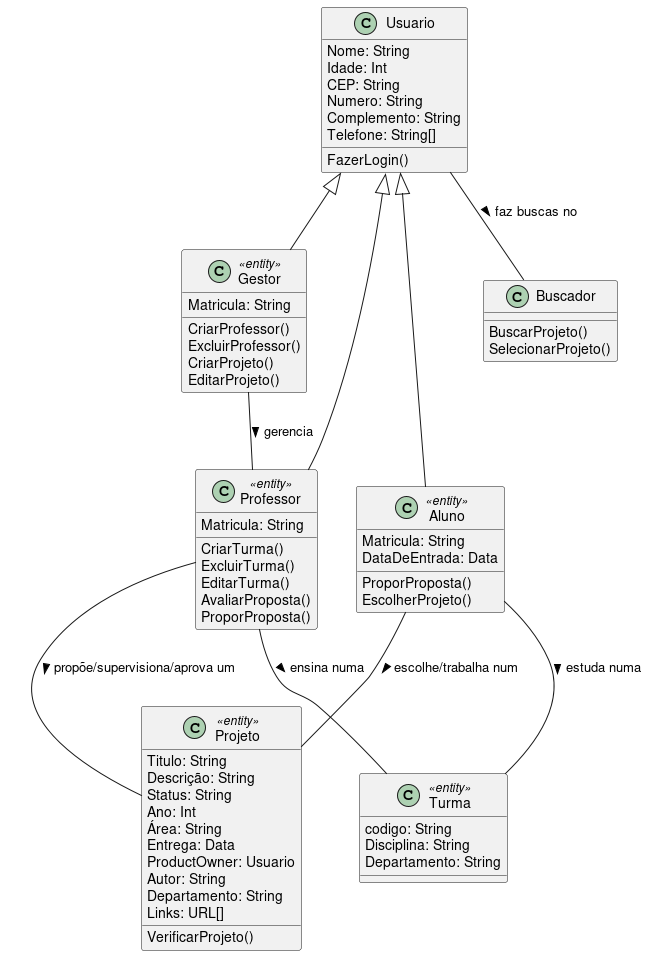
Above: diagramas/classe_dominio.png in Pedro-V/projetorium (PlantUML), before the change. Its diagram source:
```plantuml
@startuml
!include classes_comum.iuml

Aluno -- Projeto :  escolhe/trabalha num >
Aluno -- Turma   :  estuda numa >
Usuario -- Buscador : faz buscas no >
Professor -- Turma : ensina numa >
Professor -- Projeto : propõe/supervisiona/aprova um >
Gestor -- Professor : gerencia >

hide Perfil
@enduml
```
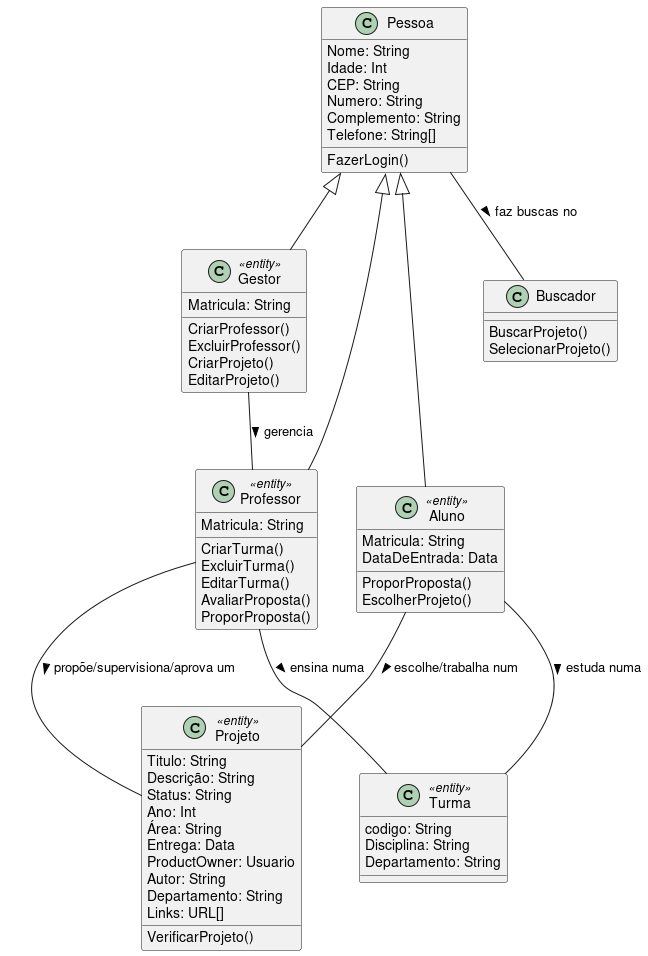
The same diagram one commit later.

Commit message:
corrigido Usuario pra Pessoa

Change to the diagram source:
```diff
@@ -3,7 +3,7 @@
 
 Aluno -- Projeto :  escolhe/trabalha num >
 Aluno -- Turma   :  estuda numa >
-Usuario -- Buscador : faz buscas no >
+Pessoa -- Buscador : faz buscas no >
 Professor -- Turma : ensina numa >
 Professor -- Projeto : propõe/supervisiona/aprova um >
 Gestor -- Professor : gerencia >
```
